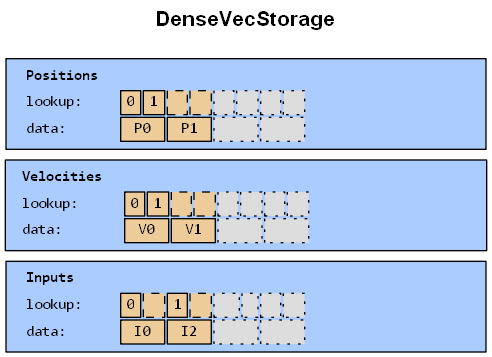
azriel91/ecs_paradigm keeps this Graphviz diagram as assets/images/storage_dense_vec.dot.png. Above is the earlier version. Its source is kept beside it as assets/dot/storage_dense_vec.dot.
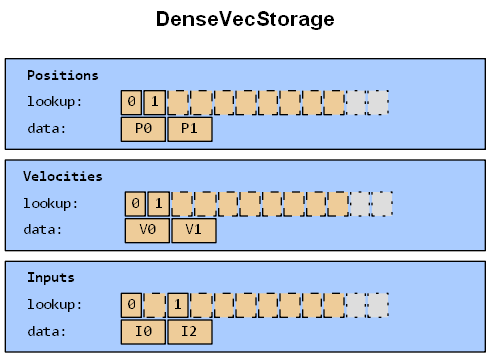
The same file after the commit.

What changed in the source:
```diff
@@ -26,23 +26,27 @@
                 <td align="left">lookup: </td>
                 <td border="1" bgcolor="#eecc99">0</td>
                 <td border="1" bgcolor="#eecc99">1</td>
-                <td border="1" bgcolor="#eecc99" style="dashed"></td>
-                <td border="1" bgcolor="#eecc99" style="dashed"></td>
-                <td border="1" bgcolor="#dddddd" style="dotted"></td>
-                <td border="1" bgcolor="#dddddd" style="dotted"></td>
-                <td border="1" bgcolor="#dddddd" style="dotted"></td>
-                <td border="1" bgcolor="#dddddd" style="dotted"></td>
+                <td border="1" bgcolor="#eecc99" style="dashed">&nbsp;</td>
+                <td border="1" bgcolor="#eecc99" style="dashed">&nbsp;</td>
+                <td border="1" bgcolor="#eecc99" style="dashed">&nbsp;</td>
+                <td border="1" bgcolor="#eecc99" style="dashed">&nbsp;</td>
+                <td border="1" bgcolor="#eecc99" style="dashed">&nbsp;</td>
+                <td border="1" bgcolor="#eecc99" style="dashed">&nbsp;</td>
+                <td border="1" bgcolor="#eecc99" style="dashed">&nbsp;</td>
+                <td border="1" bgcolor="#eecc99" style="dashed">&nbsp;</td>
+                <td border="1" bgcolor="#dddddd" style="dotted">&nbsp;</td>
+                <td border="1" bgcolor="#dddddd" style="dotted">&nbsp;</td>
             </tr>
             <tr cellspacing="0">
                 <td align="left">data: </td>
                 <td border="1" bgcolor="#eecc99" colspan="2">&nbsp;P0&nbsp;</td>
                 <td border="1" bgcolor="#eecc99" colspan="2">&nbsp;P1&nbsp;</td>
-                <td border="1" bgcolor="#dddddd" colspan="2" style="dotted">    </td>
-                <td border="1" bgcolor="#dddddd" colspan="2" style="dotted">    </td>
-                <td style="invis">    </td>
-                <td style="invis">    </td>
-                <td style="invis">    </td>
-                <td style="invis">    </td>
+                <td style="invis" colspan="2">    </td>
+                <td style="invis" colspan="2">    </td>
+                <td style="invis" colspan="2">    </td>
+                <td style="invis" colspan="2">    </td>
+                <td style="invis" colspan="2">    </td>
+                <td style="invis" colspan="2">   </td>
             </tr>
         </table>>,
     ];
@@ -54,23 +58,27 @@
                 <td align="left">lookup: </td>
                 <td border="1" bgcolor="#eecc99">0</td>
                 <td border="1" bgcolor="#eecc99">1</td>
-                <td border="1" bgcolor="#eecc99" style="dashed"></td>
-                <td border="1" bgcolor="#eecc99" style="dashed"></td>
-                <td border="1" bgcolor="#dddddd" style="dotted"></td>
-                <td border="1" bgcolor="#dddddd" style="dotted"></td>
-                <td border="1" bgcolor="#dddddd" style="dotted"></td>
-                <td border="1" bgcolor="#dddddd" style="dotted"></td>
+                <td border="1" bgcolor="#eecc99" style="dashed">&nbsp;</td>
+                <td border="1" bgcolor="#eecc99" style="dashed">&nbsp;</td>
+                <td border="1" bgcolor="#eecc99" style="dashed">&nbsp;</td>
+                <td border="1" bgcolor="#eecc99" style="dashed">&nbsp;</td>
+                <td border="1" bgcolor="#eecc99" style="dashed">&nbsp;</td>
+                <td border="1" bgcolor="#eecc99" style="dashed">&nbsp;</td>
+                <td border="1" bgcolor="#eecc99" style="dashed">&nbsp;</td>
+                <td border="1" bgcolor="#eecc99" style="dashed">&nbsp;</td>
+                <td border="1" bgcolor="#dddddd" style="dotted">&nbsp;</td>
+                <td border="1" bgcolor="#dddddd" style="dotted">&nbsp;</td>
             </tr>
             <tr cellspacing="0">
                 <td align="left">data: </td>
                 <td border="1" bgcolor="#eecc99" colspan="2">&nbsp;V0&nbsp;</td>
                 <td border="1" bgcolor="#eecc99" colspan="2">&nbsp;V1&nbsp;</td>
-                <td border="1" bgcolor="#dddddd" colspan="2" style="dotted">    </td>
-                <td border="1" bgcolor="#dddddd" colspan="2" style="dotted">    </td>
-                <td style="invis">    </td>
-                <td style="invis">    </td>
-                <td style="invis">    </td>
-                <td style="invis">    </td>
+                <td style="invis" colspan="2">    </td>
+                <td style="invis" colspan="2">    </td>
+                <td style="invis" colspan="2">    </td>
+                <td style="invis" colspan="2">    </td>
+                <td style="invis" colspan="2">    </td>
+                <td style="invis" colspan="2">   </td>
             </tr>
         </table>>,
     ];
@@ -84,21 +92,25 @@
                 <td border="1" bgcolor="#eecc99" style="dashed">&nbsp;</td>
                 <td border="1" bgcolor="#eecc99">1</td>
                 <td border="1" bgcolor="#eecc99" style="dashed">&nbsp;</td>
+                <td border="1" bgcolor="#eecc99" style="dashed">&nbsp;</td>
+                <td border="1" bgcolor="#eecc99" style="dashed">&nbsp;</td>
+                <td border="1" bgcolor="#eecc99" style="dashed">&nbsp;</td>
+                <td border="1" bgcolor="#eecc99" style="dashed">&nbsp;</td>
+                <td border="1" bgcolor="#eecc99" style="dashed">&nbsp;</td>
+                <td border="1" bgcolor="#eecc99" style="dashed">&nbsp;</td>
                 <td border="1" bgcolor="#dddddd" style="dotted">&nbsp;</td>
-                <td border="1" bgcolor="#dddddd" style="dotted"></td>
-                <td border="1" bgcolor="#dddddd" style="dotted"></td>
-                <td border="1" bgcolor="#dddddd" style="dotted"></td>
+                <td border="1" bgcolor="#dddddd" style="dotted">&nbsp;</td>
             </tr>
             <tr cellspacing="0">
                 <td align="left">data: </td>
                 <td border="1" bgcolor="#eecc99" colspan="2">&nbsp;I0&nbsp;</td>
                 <td border="1" bgcolor="#eecc99" colspan="2">&nbsp;I2&nbsp;</td>
-                <td border="1" bgcolor="#dddddd" colspan="2" style="dotted">    </td>
-                <td border="1" bgcolor="#dddddd" colspan="2" style="dotted">    </td>
-                <td style="invis">    </td>
-                <td style="invis">    </td>
-                <td style="invis">    </td>
-                <td style="invis">    </td>
+                <td style="invis" colspan="2">    </td>
+                <td style="invis" colspan="2">    </td>
+                <td style="invis" colspan="2">    </td>
+                <td style="invis" colspan="2">    </td>
+                <td style="invis" colspan="2">    </td>
+                <td style="invis" colspan="2">   </td>
             </tr>
         </table>>,
     ];
```
